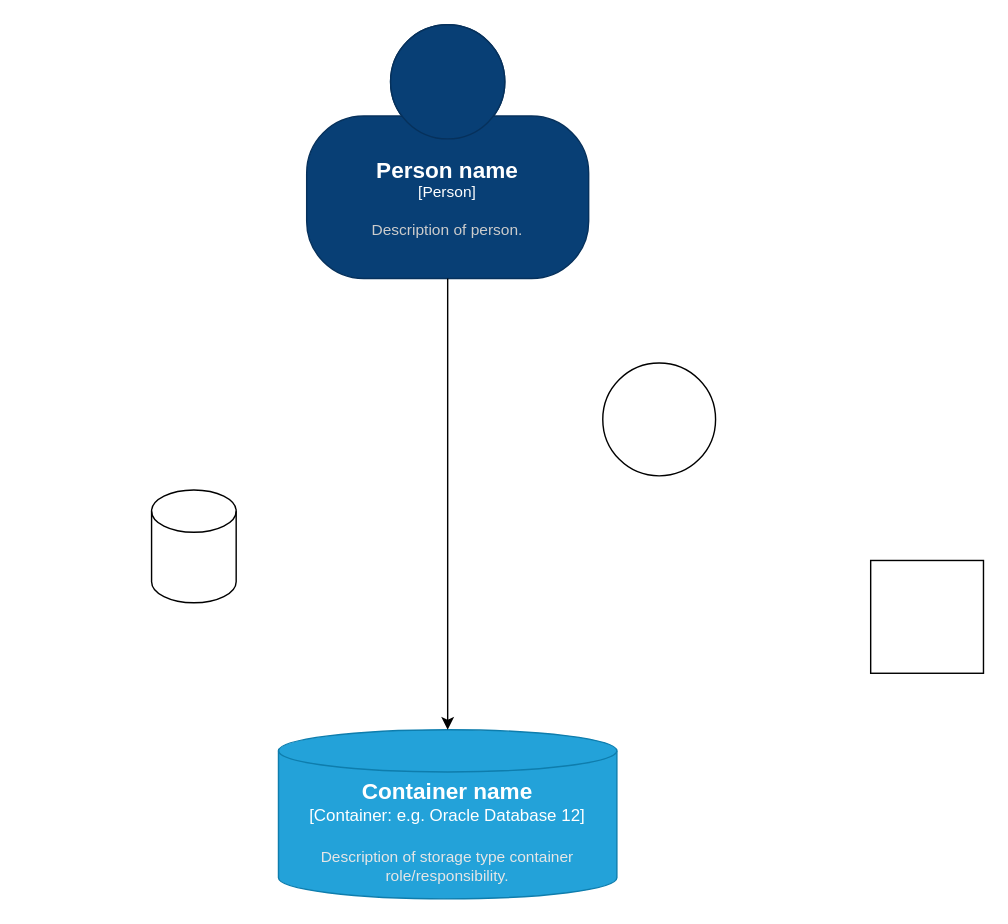
alihaddadi/threadPilot keeps this draw.io diagram as Untitled Diagram.drawio. Above is the earlier version. Source tidied: cells renumbered, new cells numbered last; positions are measured from the earlier drawing's top-left corner, leaving out a move shared by most shapes. Both pictures are drawn from the tidied source at 141%, with x=0, y=0 at pixel (151, 24).
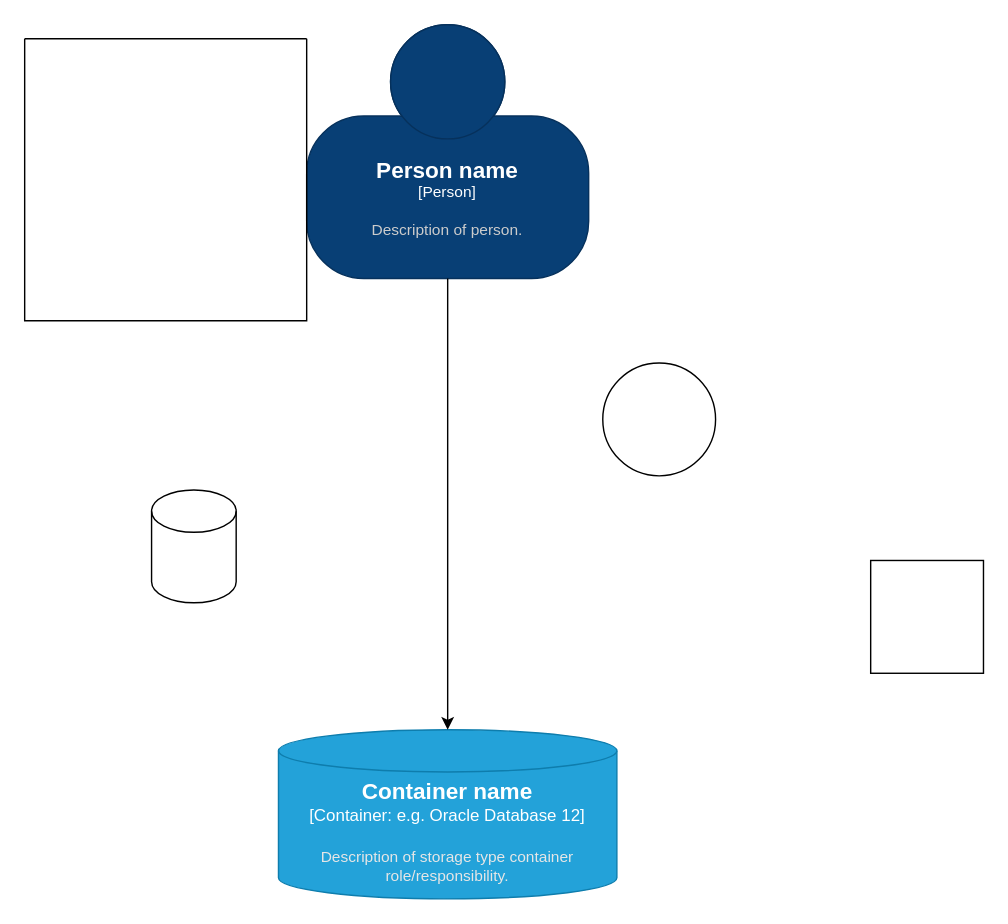
Above is the later version.

Commit message:
committing an html

Diff of the diagram source:
```diff
@@
 <mxGraphModel>
   <root>
     <mxCell id="0" />
     <mxCell id="1" parent="0" />
     <object id="2" label="&lt;font style=&quot;font-size: 16px&quot;&gt;&lt;b&gt;%c4Name%&lt;/b&gt;&lt;/font&gt;&lt;div&gt;[%c4Type%:&amp;nbsp;%c4Technology%]&lt;/div&gt;&lt;br&gt;&lt;div&gt;&lt;font style=&quot;font-size: 11px&quot;&gt;&lt;font color=&quot;#E6E6E6&quot;&gt;%c4Description%&lt;/font&gt;&lt;/div&gt;" c4Description="Description of storage type container role/responsibility." c4Name="Container name" c4Technology="e.g. Oracle Database 12" c4Type="Container" placeholders="1">
       <mxCell style="shape=cylinder3;size=15;whiteSpace=wrap;html=1;boundedLbl=1;rounded=0;labelBackgroundColor=none;fillColor=#23A2D9;fontSize=12;fontColor=#ffffff;align=center;strokeColor=#0E7DAD;points=[[0.5,0,0],[1,0.25,0],[1,0.5,0],[1,0.75,0],[0.5,1,0],[0,0.75,0],[0,0.5,0],[0,0.25,0]];" parent="1" vertex="1">
         <mxGeometry x="90" y="500" width="240" height="120" as="geometry" />
       </mxCell>
     </object>
     <object id="3" label="&lt;font style=&quot;font-size: 16px&quot;&gt;&lt;b&gt;%c4Name%&lt;/b&gt;&lt;/font&gt;&lt;div&gt;[%c4Type%]&lt;/div&gt;&lt;br&gt;&lt;div&gt;&lt;font style=&quot;font-size: 11px&quot;&gt;&lt;font color=&quot;#cccccc&quot;&gt;%c4Description%&lt;/font&gt;&lt;/div&gt;" c4Description="Description of person." c4Name="Person name" c4Type="Person" placeholders="1">
       <mxCell style="html=1;fontSize=11;dashed=0;whiteSpace=wrap;fillColor=#083F75;strokeColor=#06315C;fontColor=#ffffff;shape=mxgraph.c4.person2;align=center;points=[[0.5,0,0],[1,0.5,0],[1,0.75,0],[0.75,1,0],[0.5,1,0],[0.25,1,0],[0,0.75,0],[0,0.5,0]];" parent="1" vertex="1">
         <mxGeometry x="110" width="200" height="180" as="geometry" />
       </mxCell>
     </object>
     <mxCell id="4" style="edgeStyle=orthogonalEdgeStyle;rounded=0;jettySize=auto;html=1;entryX=0.5;entryY=0;entryDx=0;entryDy=0;entryPerimeter=0;" parent="1" edge="1" source="3" target="2">
       <mxGeometry relative="1" as="geometry" />
     </mxCell>
     <mxCell id="5" style="ellipse;whiteSpace=wrap;html=1;" parent="1" vertex="1">
       <mxGeometry x="320" y="240" width="80" height="80" as="geometry" />
     </mxCell>
     <mxCell id="6" style="whiteSpace=wrap;html=1;" parent="1" vertex="1">
       <mxGeometry x="510" y="380" width="80" height="80" as="geometry" />
     </mxCell>
     <mxCell id="7" style="shape=cylinder3;whiteSpace=wrap;html=1;boundedLbl=1;backgroundOutline=1;size=15;" parent="1" vertex="1">
       <mxGeometry y="330" width="60" height="80" as="geometry" />
     </mxCell>
+    <mxCell id="8" style="swimlane;startSize=0;" parent="1" vertex="1">
+      <mxGeometry x="-90" y="10" width="200" height="200" as="geometry" />
+    </mxCell>
   </root>
 </mxGraphModel>
```
